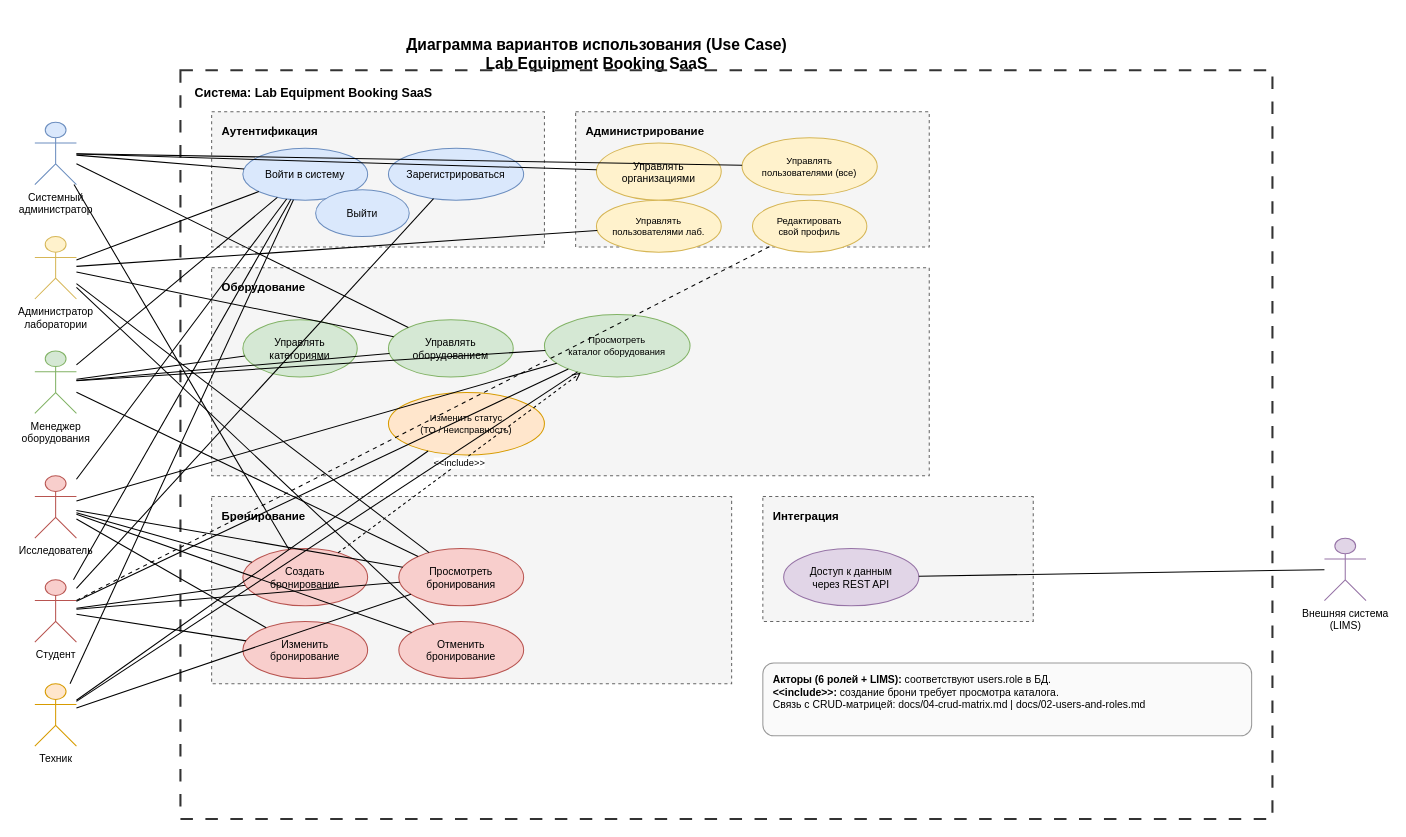
Before: docs/diagrams/use-case.drawio in somnexia/lab-equipment-booking-saas, a draw.io diagram. Source tidied: cells renumbered, new cells numbered last; positions are measured from the earlier drawing's top-left corner, leaving out a move shared by most shapes. Both pictures are drawn from the tidied source at 104%, with x=0, y=0 at pixel (34, 28).
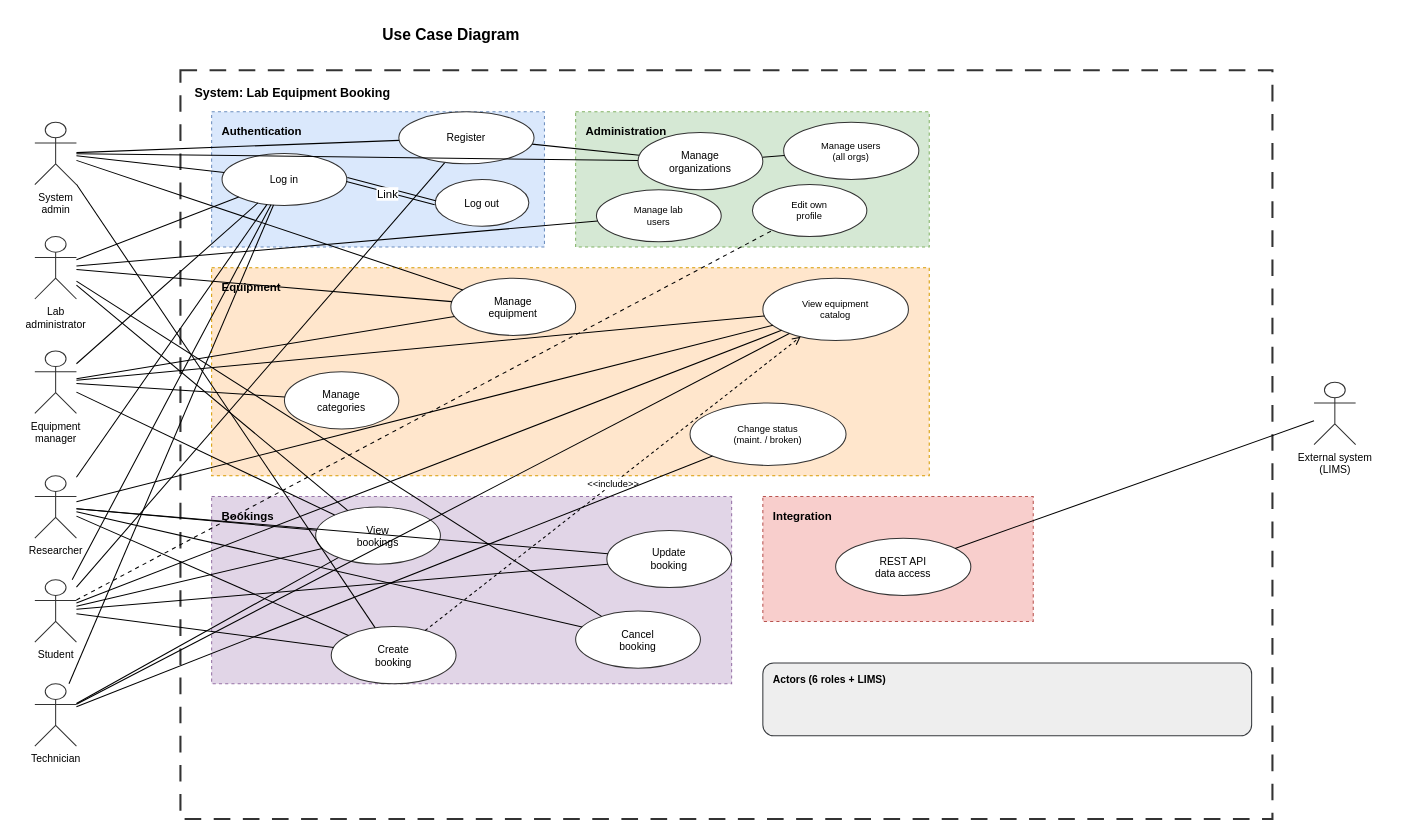
Above is the later version.

Commit message (it also covers changes not shown here):
Refactor use case diagram for Lab Equipment Booking SaaS: updated titles, styles, and actor definitions; improved layout and added new use cases for user management and equipment handling.

What changed in the source:
```diff
@@
-    <mxCell id="2" value="Диаграмма вариантов использования (Use Case)&#10;Lab Equipment Booking SaaS" style="text;html=1;strokeColor=none;fillColor=none;align=center;fontStyle=1;fontSize=15;" parent="1" vertex="1">
-      <mxGeometry x="290" width="500" height="40" as="geometry" />
+    <mxCell id="2" value="Use Case Diagram" style="text;html=1;strokeColor=none;fillColor=none;align=center;fontStyle=1;fontSize=15;fontFamily=Helvetica;" parent="1" vertex="1">
+      <mxGeometry x="150" y="-10" width="500" height="40" as="geometry" />
     </mxCell>
-    <mxCell id="3" value="Система: Lab Equipment Booking SaaS" style="rounded=0;whiteSpace=wrap;html=1;align=left;verticalAlign=top;spacingLeft=12;spacingTop=8;fontStyle=1;fontSize=12;fillColor=none;strokeColor=#333333;strokeWidth=2;dashed=1;dashPattern=6 6;" parent="1" vertex="1">
+    <mxCell id="3" value="System: Lab Equipment Booking" style="rounded=0;whiteSpace=wrap;html=1;align=left;verticalAlign=top;spacingLeft=12;spacingTop=8;fontStyle=1;fontSize=12;fillColor=none;strokeColor=#333333;strokeWidth=2;dashed=1;dashPattern=8 6;" parent="1" vertex="1">
       <mxGeometry x="140" y="40" width="1050" height="720" as="geometry" />
     </mxCell>
-    <mxCell id="4" value="Аутентификация" style="rounded=0;whiteSpace=wrap;html=1;verticalAlign=top;align=left;spacingLeft=8;spacingTop=6;fontStyle=1;fontSize=11;fillColor=#f5f5f5;strokeColor=#666666;dashed=1;" parent="1" vertex="1">
+    <mxCell id="4" value="Authentication" style="rounded=0;whiteSpace=wrap;html=1;verticalAlign=top;align=left;spacingLeft=8;spacingTop=6;fontStyle=1;fontSize=11;fillColor=#dae8fc;strokeColor=#6c8ebf;dashed=1;" parent="1" vertex="1">
       <mxGeometry x="170" y="80" width="320" height="130" as="geometry" />
     </mxCell>
-    <mxCell id="5" value="Администрирование" style="rounded=0;whiteSpace=wrap;html=1;verticalAlign=top;align=left;spacingLeft=8;spacingTop=6;fontStyle=1;fontSize=11;fillColor=#f5f5f5;strokeColor=#666666;dashed=1;" parent="1" vertex="1">
+    <mxCell id="5" value="Administration" style="rounded=0;whiteSpace=wrap;html=1;verticalAlign=top;align=left;spacingLeft=8;spacingTop=6;fontStyle=1;fontSize=11;fillColor=#d5e8d4;strokeColor=#82b366;dashed=1;" parent="1" vertex="1">
       <mxGeometry x="520" y="80" width="340" height="130" as="geometry" />
     </mxCell>
-    <mxCell id="6" value="Оборудование" style="rounded=0;whiteSpace=wrap;html=1;verticalAlign=top;align=left;spacingLeft=8;spacingTop=6;fontStyle=1;fontSize=11;fillColor=#f5f5f5;strokeColor=#666666;dashed=1;" parent="1" vertex="1">
+    <mxCell id="6" value="Equipment" style="rounded=0;whiteSpace=wrap;html=1;verticalAlign=top;align=left;spacingLeft=8;spacingTop=6;fontStyle=1;fontSize=11;fillColor=#ffe6cc;strokeColor=#d79b00;dashed=1;" parent="1" vertex="1">
       <mxGeometry x="170" y="230" width="690" height="200" as="geometry" />
     </mxCell>
-    <mxCell id="7" value="Бронирование" style="rounded=0;whiteSpace=wrap;html=1;verticalAlign=top;align=left;spacingLeft=8;spacingTop=6;fontStyle=1;fontSize=11;fillColor=#f5f5f5;strokeColor=#666666;dashed=1;" parent="1" vertex="1">
+    <mxCell id="7" value="Bookings" style="rounded=0;whiteSpace=wrap;html=1;verticalAlign=top;align=left;spacingLeft=8;spacingTop=6;fontStyle=1;fontSize=11;fillColor=#e1d5e7;strokeColor=#9673a6;dashed=1;" parent="1" vertex="1">
       <mxGeometry x="170" y="450" width="500" height="180" as="geometry" />
     </mxCell>
-    <mxCell id="8" value="Интеграция" style="rounded=0;whiteSpace=wrap;html=1;verticalAlign=top;align=left;spacingLeft=8;spacingTop=6;fontStyle=1;fontSize=11;fillColor=#f5f5f5;strokeColor=#666666;dashed=1;" parent="1" vertex="1">
+    <mxCell id="8" value="Integration" style="rounded=0;whiteSpace=wrap;html=1;verticalAlign=top;align=left;spacingLeft=8;spacingTop=6;fontStyle=1;fontSize=11;fillColor=#f8cecc;strokeColor=#b85450;dashed=1;" parent="1" vertex="1">
       <mxGeometry x="700" y="450" width="260" height="120" as="geometry" />
     </mxCell>
-    <mxCell id="9" value="Войти в систему" style="ellipse;whiteSpace=wrap;html=1;align=center;fontSize=10;fillColor=#dae8fc;strokeColor=#6c8ebf;" parent="1" vertex="1">
-      <mxGeometry x="200" y="115" width="120" height="50" as="geometry" />
+    <mxCell id="9" value="Log in" style="ellipse;whiteSpace=wrap;html=1;align=center;fontSize=10;fillColor=#ffffff;strokeColor=#333333;" parent="1" vertex="1">
+      <mxGeometry x="180" y="120" width="120" height="50" as="geometry" />
     </mxCell>
-    <mxCell id="10" value="Зарегистрироваться" style="ellipse;whiteSpace=wrap;html=1;align=center;fontSize=10;fillColor=#dae8fc;strokeColor=#6c8ebf;" parent="1" vertex="1">
-      <mxGeometry x="340" y="115" width="130" height="50" as="geometry" />
-    </mxCell>
-    <mxCell id="11" value="Выйти" style="ellipse;whiteSpace=wrap;html=1;align=center;fontSize=10;fillColor=#dae8fc;strokeColor=#6c8ebf;" parent="1" vertex="1">
-      <mxGeometry x="270" y="155" width="90" height="45" as="geometry" />
+    <mxCell id="11" value="Log out" style="ellipse;whiteSpace=wrap;html=1;align=center;fontSize=10;fillColor=#ffffff;strokeColor=#333333;" parent="1" vertex="1">
+      <mxGeometry x="385" y="145" width="90" height="45" as="geometry" />
     </mxCell>
-    <mxCell id="12" value="Управлять&#10;организациями" style="ellipse;whiteSpace=wrap;html=1;align=center;fontSize=10;fillColor=#fff2cc;strokeColor=#d6b656;" parent="1" vertex="1">
-      <mxGeometry x="540" y="110" width="120" height="55" as="geometry" />
-    </mxCell>
-    <mxCell id="13" value="Управлять&#10;пользователями (все)" style="ellipse;whiteSpace=wrap;html=1;align=center;fontSize=9;fillColor=#fff2cc;strokeColor=#d6b656;" parent="1" vertex="1">
-      <mxGeometry x="680" y="105" width="130" height="55" as="geometry" />
+    <mxCell id="13" value="Manage users&#10;(all orgs)" style="ellipse;whiteSpace=wrap;html=1;align=center;fontSize=9;fillColor=#ffffff;strokeColor=#333333;" parent="1" vertex="1">
+      <mxGeometry x="720" y="90" width="130" height="55" as="geometry" />
     </mxCell>
-    <mxCell id="14" value="Управлять&#10;пользователями лаб." style="ellipse;whiteSpace=wrap;html=1;align=center;fontSize=9;fillColor=#fff2cc;strokeColor=#d6b656;" parent="1" vertex="1">
-      <mxGeometry x="540" y="165" width="120" height="50" as="geometry" />
+    <mxCell id="14" value="Manage lab&#10;users" style="ellipse;whiteSpace=wrap;html=1;align=center;fontSize=9;fillColor=#ffffff;strokeColor=#333333;" parent="1" vertex="1">
+      <mxGeometry x="540" y="155" width="120" height="50" as="geometry" />
     </mxCell>
-    <mxCell id="15" value="Редактировать&#10;свой профиль" style="ellipse;whiteSpace=wrap;html=1;align=center;fontSize=9;fillColor=#fff2cc;strokeColor=#d6b656;" parent="1" vertex="1">
-      <mxGeometry x="690" y="165" width="110" height="50" as="geometry" />
+    <mxCell id="15" value="Edit own&#10;profile" style="ellipse;whiteSpace=wrap;html=1;align=center;fontSize=9;fillColor=#ffffff;strokeColor=#333333;" parent="1" vertex="1">
+      <mxGeometry x="690" y="150" width="110" height="50" as="geometry" />
     </mxCell>
-    <mxCell id="16" value="Управлять&#10;категориями" style="ellipse;whiteSpace=wrap;html=1;align=center;fontSize=10;fillColor=#d5e8d4;strokeColor=#82b366;" parent="1" vertex="1">
-      <mxGeometry x="200" y="280" width="110" height="55" as="geometry" />
+    <mxCell id="16" value="Manage&#10;categories" style="ellipse;whiteSpace=wrap;html=1;align=center;fontSize=10;fillColor=#ffffff;strokeColor=#333333;" parent="1" vertex="1">
+      <mxGeometry x="240" y="330" width="110" height="55" as="geometry" />
     </mxCell>
-    <mxCell id="17" value="Управлять&#10;оборудованием" style="ellipse;whiteSpace=wrap;html=1;align=center;fontSize=10;fillColor=#d5e8d4;strokeColor=#82b366;" parent="1" vertex="1">
-      <mxGeometry x="340" y="280" width="120" height="55" as="geometry" />
+    <mxCell id="17" value="Manage&#10;equipment" style="ellipse;whiteSpace=wrap;html=1;align=center;fontSize=10;fillColor=#ffffff;strokeColor=#333333;" parent="1" vertex="1">
+      <mxGeometry x="400" y="240" width="120" height="55" as="geometry" />
     </mxCell>
-    <mxCell id="18" value="Просмотреть&#10;каталог оборудования" style="ellipse;whiteSpace=wrap;html=1;align=center;fontSize=9;fillColor=#d5e8d4;strokeColor=#82b366;" parent="1" vertex="1">
-      <mxGeometry x="490" y="275" width="140" height="60" as="geometry" />
+    <mxCell id="18" value="View equipment&#10;catalog" style="ellipse;whiteSpace=wrap;html=1;align=center;fontSize=9;fillColor=#ffffff;strokeColor=#333333;" parent="1" vertex="1">
+      <mxGeometry x="700" y="240" width="140" height="60" as="geometry" />
     </mxCell>
-    <mxCell id="19" value="Изменить статус&#10;(ТО / неисправность)" style="ellipse;whiteSpace=wrap;html=1;align=center;fontSize=9;fillColor=#ffe6cc;strokeColor=#d79b00;" parent="1" vertex="1">
-      <mxGeometry x="340" y="350" width="150" height="60" as="geometry" />
+    <mxCell id="19" value="Change status&#10;(maint. / broken)" style="ellipse;whiteSpace=wrap;html=1;align=center;fontSize=9;fillColor=#ffffff;strokeColor=#333333;" parent="1" vertex="1">
+      <mxGeometry x="630" y="360" width="150" height="60" as="geometry" />
     </mxCell>
-    <mxCell id="20" value="Создать&#10;бронирование" style="ellipse;whiteSpace=wrap;html=1;align=center;fontSize=10;fillColor=#f8cecc;strokeColor=#b85450;" parent="1" vertex="1">
-      <mxGeometry x="200" y="500" width="120" height="55" as="geometry" />
+    <mxCell id="20" value="Create&#10;booking" style="ellipse;whiteSpace=wrap;html=1;align=center;fontSize=10;fillColor=#ffffff;strokeColor=#333333;" parent="1" vertex="1">
+      <mxGeometry x="285" y="575" width="120" height="55" as="geometry" />
     </mxCell>
-    <mxCell id="21" value="Просмотреть&#10;бронирования" style="ellipse;whiteSpace=wrap;html=1;align=center;fontSize=10;fillColor=#f8cecc;strokeColor=#b85450;" parent="1" vertex="1">
-      <mxGeometry x="350" y="500" width="120" height="55" as="geometry" />
+    <mxCell id="21" value="View&#10;bookings" style="ellipse;whiteSpace=wrap;html=1;align=center;fontSize=10;fillColor=#ffffff;strokeColor=#333333;" parent="1" vertex="1">
+      <mxGeometry x="270" y="460" width="120" height="55" as="geometry" />
     </mxCell>
-    <mxCell id="22" value="Изменить&#10;бронирование" style="ellipse;whiteSpace=wrap;html=1;align=center;fontSize=10;fillColor=#f8cecc;strokeColor=#b85450;" parent="1" vertex="1">
-      <mxGeometry x="200" y="570" width="120" height="55" as="geometry" />
+    <mxCell id="22" value="Update&#10;booking" style="ellipse;whiteSpace=wrap;html=1;align=center;fontSize=10;fillColor=#ffffff;strokeColor=#333333;" parent="1" vertex="1">
+      <mxGeometry x="550" y="482.5" width="120" height="55" as="geometry" />
     </mxCell>
-    <mxCell id="23" value="Отменить&#10;бронирование" style="ellipse;whiteSpace=wrap;html=1;align=center;fontSize=10;fillColor=#f8cecc;strokeColor=#b85450;" parent="1" vertex="1">
-      <mxGeometry x="350" y="570" width="120" height="55" as="geometry" />
+    <mxCell id="23" value="Cancel&#10;booking" style="ellipse;whiteSpace=wrap;html=1;align=center;fontSize=10;fillColor=#ffffff;strokeColor=#333333;" parent="1" vertex="1">
+      <mxGeometry x="520" y="560" width="120" height="55" as="geometry" />
     </mxCell>
-    <mxCell id="24" value="Доступ к данным&#10;через REST API" style="ellipse;whiteSpace=wrap;html=1;align=center;fontSize=10;fillColor=#e1d5e7;strokeColor=#9673a6;" parent="1" vertex="1">
-      <mxGeometry x="720" y="500" width="130" height="55" as="geometry" />
+    <mxCell id="24" value="REST API&#10;data access" style="ellipse;whiteSpace=wrap;html=1;align=center;fontSize=10;fillColor=#ffffff;strokeColor=#333333;" parent="1" vertex="1">
+      <mxGeometry x="770" y="490" width="130" height="55" as="geometry" />
     </mxCell>
-    <mxCell id="25" value="&amp;lt;&amp;lt;include&amp;gt;&amp;gt;" style="endArrow=open;dashed=1;endFill=0;startArrow=none;html=1;rounded=0;fontSize=9;" parent="1" edge="1" source="20" target="18">
+    <mxCell id="25" value="&amp;lt;&amp;lt;include&amp;gt;&amp;gt" style="endArrow=open;dashed=1;endFill=0;startArrow=none;html=1;rounded=0;fontSize=9;" parent="1" edge="1" source="20" target="18">
       <mxGeometry relative="1" as="geometry" />
     </mxCell>
-    <mxCell id="26" value="Системный&#10;администратор" style="shape=umlActor;verticalLabelPosition=bottom;verticalAlign=top;html=1;outlineConnect=0;fillColor=#dae8fc;strokeColor=#6c8ebf;fontSize=10;" parent="1" vertex="1">
+    <mxCell id="26" value="System&#10;admin" style="shape=umlActor;verticalLabelPosition=bottom;verticalAlign=top;html=1;outlineConnect=0;fillColor=#ffffff;strokeColor=#333333;fontSize=10;" parent="1" vertex="1">
       <mxGeometry y="90" width="40" height="60" as="geometry" />
     </mxCell>
-    <mxCell id="27" value="Администратор&#10;лаборатории" style="shape=umlActor;verticalLabelPosition=bottom;verticalAlign=top;html=1;outlineConnect=0;fillColor=#fff2cc;strokeColor=#d6b656;fontSize=10;" parent="1" vertex="1">
+    <mxCell id="27" value="Lab&#10;administrator" style="shape=umlActor;verticalLabelPosition=bottom;verticalAlign=top;html=1;outlineConnect=0;fillColor=#ffffff;strokeColor=#333333;fontSize=10;" parent="1" vertex="1">
       <mxGeometry y="200" width="40" height="60" as="geometry" />
     </mxCell>
-    <mxCell id="28" value="Менеджер&#10;оборудования" style="shape=umlActor;verticalLabelPosition=bottom;verticalAlign=top;html=1;outlineConnect=0;fillColor=#d5e8d4;strokeColor=#82b366;fontSize=10;" parent="1" vertex="1">
+    <mxCell id="28" value="Equipment&#10;manager" style="shape=umlActor;verticalLabelPosition=bottom;verticalAlign=top;html=1;outlineConnect=0;fillColor=#ffffff;strokeColor=#333333;fontSize=10;" parent="1" vertex="1">
       <mxGeometry y="310" width="40" height="60" as="geometry" />
     </mxCell>
-    <mxCell id="29" value="Исследователь" style="shape=umlActor;verticalLabelPosition=bottom;verticalAlign=top;html=1;outlineConnect=0;fillColor=#f8cecc;strokeColor=#b85450;fontSize=10;" parent="1" vertex="1">
+    <mxCell id="29" value="Researcher" style="shape=umlActor;verticalLabelPosition=bottom;verticalAlign=top;html=1;outlineConnect=0;fillColor=#ffffff;strokeColor=#333333;fontSize=10;" parent="1" vertex="1">
       <mxGeometry y="430" width="40" height="60" as="geometry" />
     </mxCell>
-    <mxCell id="30" value="Студент" style="shape=umlActor;verticalLabelPosition=bottom;verticalAlign=top;html=1;outlineConnect=0;fillColor=#f8cecc;strokeColor=#b85450;fontSize=10;" parent="1" vertex="1">
+    <mxCell id="30" value="Student" style="shape=umlActor;verticalLabelPosition=bottom;verticalAlign=top;html=1;outlineConnect=0;fillColor=#ffffff;strokeColor=#333333;fontSize=10;" parent="1" vertex="1">
       <mxGeometry y="530" width="40" height="60" as="geometry" />
     </mxCell>
-    <mxCell id="31" value="Техник" style="shape=umlActor;verticalLabelPosition=bottom;verticalAlign=top;html=1;outlineConnect=0;fillColor=#ffe6cc;strokeColor=#d79b00;fontSize=10;" parent="1" vertex="1">
+    <mxCell id="31" value="Technician" style="shape=umlActor;verticalLabelPosition=bottom;verticalAlign=top;html=1;outlineConnect=0;fillColor=#ffffff;strokeColor=#333333;fontSize=10;" parent="1" vertex="1">
       <mxGeometry y="630" width="40" height="60" as="geometry" />
     </mxCell>
-    <mxCell id="32" value="Внешняя система&#10;(LIMS)" style="shape=umlActor;verticalLabelPosition=bottom;verticalAlign=top;html=1;outlineConnect=0;fillColor=#e1d5e7;strokeColor=#9673a6;fontSize=10;" parent="1" vertex="1">
-      <mxGeometry x="1240" y="490" width="40" height="60" as="geometry" />
+    <mxCell id="32" value="External system&#10;(LIMS)" style="shape=umlActor;verticalLabelPosition=bottom;verticalAlign=top;html=1;outlineConnect=0;fillColor=#ffffff;strokeColor=#333333;fontSize=10;" parent="1" vertex="1">
+      <mxGeometry x="1230" y="340" width="40" height="60" as="geometry" />
     </mxCell>
@@
-    <mxCell id="34" style="endArrow=none;html=1;rounded=0;" parent="1" edge="1" source="26" target="12">
+    <mxCell id="34" style="endArrow=none;html=1;rounded=0;" parent="1" edge="1" source="10" target="12">
       <mxGeometry relative="1" as="geometry" />
     </mxCell>
-    <mxCell id="35" style="endArrow=none;html=1;rounded=0;" parent="1" edge="1" source="26" target="13">
+    <mxCell id="35" style="endArrow=none;html=1;rounded=0;" parent="1" edge="1" source="12" target="13">
       <mxGeometry relative="1" as="geometry" />
     </mxCell>
@@
-    <mxCell id="66" value="&lt;b&gt;Акторы (6 ролей + LIMS):&lt;/b&gt; соответствуют users.role в БД.&lt;br&gt;&lt;b&gt;&amp;lt;&amp;lt;include&amp;gt;&amp;gt;:&lt;/b&gt; создание брони требует просмотра каталога.&lt;br&gt;Связь с CRUD-матрицей: docs/04-crud-matrix.md | docs/02-users-and-roles.md" style="text;html=1;strokeColor=#999999;fillColor=#fafafa;align=left;verticalAlign=top;spacingLeft=8;spacingTop=4;fontSize=10;rounded=1;" parent="1" vertex="1">
+    <mxCell id="66" value="&lt;b&gt;Actors (6 roles + LIMS)&lt;/b&gt;" style="text;html=1;strokeColor=#36393d;fillColor=#eeeeee;align=left;verticalAlign=top;spacingLeft=8;spacingTop=4;fontSize=10;rounded=1;" parent="1" vertex="1">
       <mxGeometry x="700" y="610" width="470" height="70" as="geometry" />
     </mxCell>
+    <mxCell id="67" style="endArrow=none;html=1;rounded=0;" parent="1" edge="1" source="26" target="10">
+      <mxGeometry relative="1" as="geometry" />
+    </mxCell>
+    <mxCell id="10" value="Register" style="ellipse;whiteSpace=wrap;html=1;align=center;fontSize=10;fillColor=#ffffff;strokeColor=#333333;" parent="1" vertex="1">
+      <mxGeometry x="350" y="80" width="130" height="50" as="geometry" />
+    </mxCell>
+    <mxCell id="68" style="endArrow=none;html=1;rounded=0;" parent="1" edge="1" source="26" target="12">
+      <mxGeometry relative="1" as="geometry" />
+    </mxCell>
+    <mxCell id="12" value="Manage&#10;organizations" style="ellipse;whiteSpace=wrap;html=1;align=center;fontSize=10;fillColor=#ffffff;strokeColor=#333333;" parent="1" vertex="1">
+      <mxGeometry x="580" y="100" width="120" height="55" as="geometry" />
+    </mxCell>
+    <mxCell id="69" style="shape=link;html=1;rounded=0;exitX=1;exitY=0.5;exitDx=0;exitDy=0;entryX=0;entryY=0.5;entryDx=0;entryDy=0;" parent="1" edge="1" source="9" target="11">
+      <mxGeometry relative="1" as="geometry" />
+    </mxCell>
+    <mxCell id="70" value="Link" style="edgeLabel;html=1;align=center;verticalAlign=middle;" parent="69" vertex="1">
+      <mxGeometry x="-0.06" y="-3" relative="1" as="geometry" />
+    </mxCell>
```
